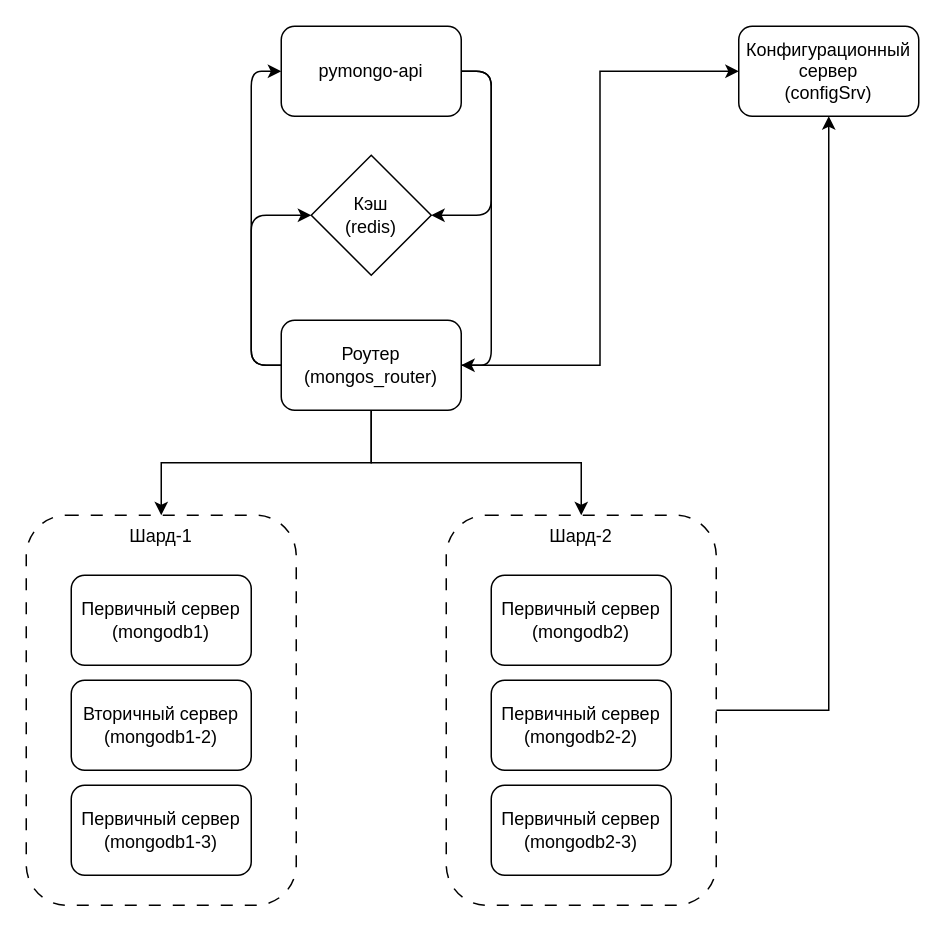
Earlier version of the draw.io diagram page "Chashing" (4 of 4) of task1.drawio (dftyni/architecture-mesto). Source tidied: cells renumbered, new cells numbered last; positions are measured from the earlier drawing's top-left corner, leaving out a move shared by most shapes. Both pictures are drawn from the tidied source at 150%, with x=0, y=0 at pixel (26, 26).
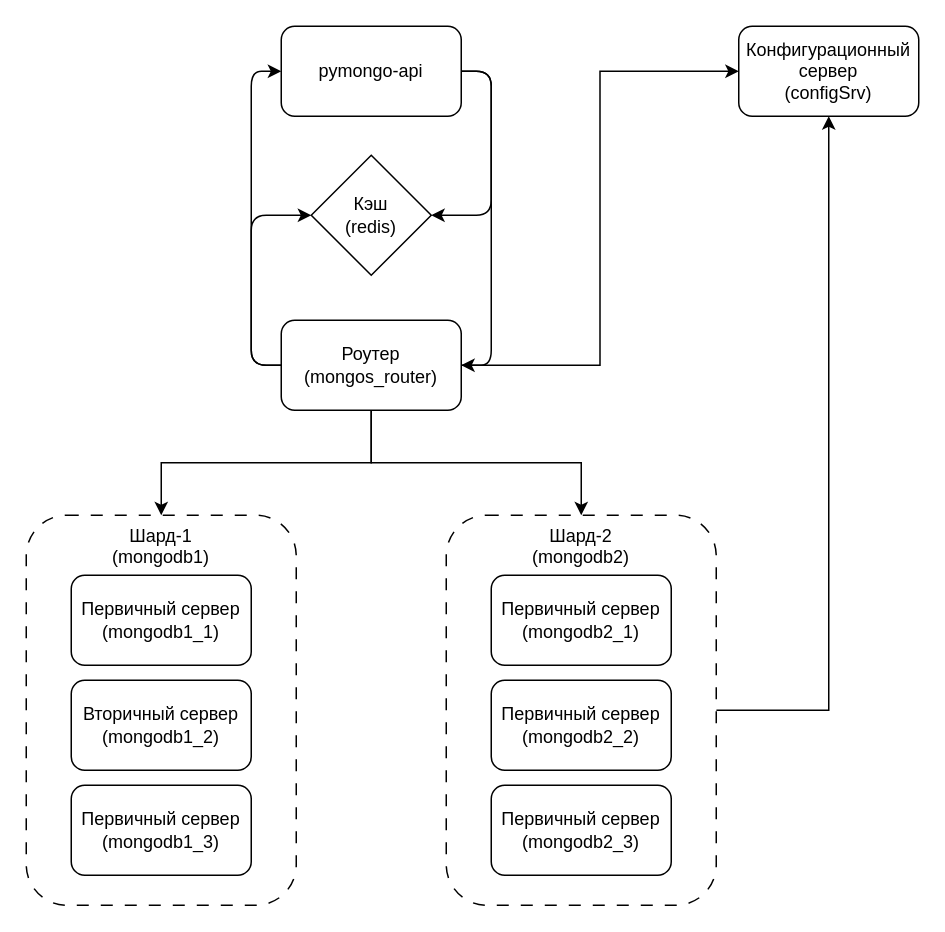
The same page after the edit.

Commit message (it also covers changes not shown here):
task3: Replica

Diff of the diagram source:
```diff
@@
-    <mxCell id="2" value="Шард-1" style="rounded=1;whiteSpace=wrap;html=1;dashed=1;dashPattern=8 8;verticalAlign=top;" parent="1" vertex="1">
+    <mxCell id="2" value="Шард-1&lt;div&gt;(mongodb1)&lt;/div&gt;" style="rounded=1;whiteSpace=wrap;html=1;dashed=1;dashPattern=8 8;verticalAlign=top;" parent="1" vertex="1">
       <mxGeometry y="326" width="180" height="260" as="geometry" />
     </mxCell>
@@
-    <mxCell id="13" value="Первичный сервер&lt;div&gt;(mongodb1)&lt;/div&gt;" style="rounded=1;whiteSpace=wrap;html=1;" parent="1" vertex="1">
+    <mxCell id="13" value="Первичный сервер&lt;div&gt;(mongodb1_1)&lt;/div&gt;" style="rounded=1;whiteSpace=wrap;html=1;" parent="1" vertex="1">
       <mxGeometry x="30" y="366" width="120" height="60" as="geometry" />
     </mxCell>
@@
-    <mxCell id="15" value="Шард-2" style="rounded=1;whiteSpace=wrap;html=1;dashed=1;dashPattern=8 8;verticalAlign=top;" parent="1" vertex="1">
+    <mxCell id="15" value="Шард-2&lt;div&gt;(mongodb2)&lt;/div&gt;" style="rounded=1;whiteSpace=wrap;html=1;dashed=1;dashPattern=8 8;verticalAlign=top;" parent="1" vertex="1">
       <mxGeometry x="280" y="326" width="180" height="260" as="geometry" />
     </mxCell>
-    <mxCell id="16" value="Первичный сервер&lt;div&gt;(mongodb2&lt;span style=&quot;background-color: transparent; color: light-dark(rgb(0, 0, 0), rgb(255, 255, 255));&quot;&gt;)&lt;/span&gt;&lt;/div&gt;" style="rounded=1;whiteSpace=wrap;html=1;" parent="1" vertex="1">
+    <mxCell id="16" value="Первичный сервер&lt;div&gt;(mongodb2_1&lt;span style=&quot;background-color: transparent; color: light-dark(rgb(0, 0, 0), rgb(255, 255, 255));&quot;&gt;)&lt;/span&gt;&lt;/div&gt;" style="rounded=1;whiteSpace=wrap;html=1;" parent="1" vertex="1">
       <mxGeometry x="310" y="366" width="120" height="60" as="geometry" />
     </mxCell>
-    <mxCell id="17" value="Вторичный сервер&lt;div&gt;(mongodb1-2)&lt;/div&gt;" style="rounded=1;whiteSpace=wrap;html=1;" parent="1" vertex="1">
+    <mxCell id="17" value="Вторичный сервер&lt;div&gt;(mongodb1_2)&lt;/div&gt;" style="rounded=1;whiteSpace=wrap;html=1;" parent="1" vertex="1">
       <mxGeometry x="30" y="436" width="120" height="60" as="geometry" />
     </mxCell>
-    <mxCell id="18" value="Первичный сервер&lt;div&gt;(mongodb1-3)&lt;/div&gt;" style="rounded=1;whiteSpace=wrap;html=1;" parent="1" vertex="1">
+    <mxCell id="18" value="Первичный сервер&lt;div&gt;(mongodb1_3)&lt;/div&gt;" style="rounded=1;whiteSpace=wrap;html=1;" parent="1" vertex="1">
       <mxGeometry x="30" y="506" width="120" height="60" as="geometry" />
     </mxCell>
-    <mxCell id="19" value="Первичный сервер&lt;div&gt;(mongodb2-2&lt;span style=&quot;background-color: transparent; color: light-dark(rgb(0, 0, 0), rgb(255, 255, 255));&quot;&gt;)&lt;/span&gt;&lt;/div&gt;" style="rounded=1;whiteSpace=wrap;html=1;" parent="1" vertex="1">
+    <mxCell id="19" value="Первичный сервер&lt;div&gt;(mongodb2_2&lt;span style=&quot;background-color: transparent; color: light-dark(rgb(0, 0, 0), rgb(255, 255, 255));&quot;&gt;)&lt;/span&gt;&lt;/div&gt;" style="rounded=1;whiteSpace=wrap;html=1;" parent="1" vertex="1">
       <mxGeometry x="310" y="436" width="120" height="60" as="geometry" />
     </mxCell>
-    <mxCell id="20" value="Первичный сервер&lt;div&gt;(mongodb2-3&lt;span style=&quot;background-color: transparent; color: light-dark(rgb(0, 0, 0), rgb(255, 255, 255));&quot;&gt;)&lt;/span&gt;&lt;/div&gt;" style="rounded=1;whiteSpace=wrap;html=1;" parent="1" vertex="1">
+    <mxCell id="20" value="Первичный сервер&lt;div&gt;(mongodb2_3&lt;span style=&quot;background-color: transparent; color: light-dark(rgb(0, 0, 0), rgb(255, 255, 255));&quot;&gt;)&lt;/span&gt;&lt;/div&gt;" style="rounded=1;whiteSpace=wrap;html=1;" parent="1" vertex="1">
       <mxGeometry x="310" y="506" width="120" height="60" as="geometry" />
     </mxCell>
```
